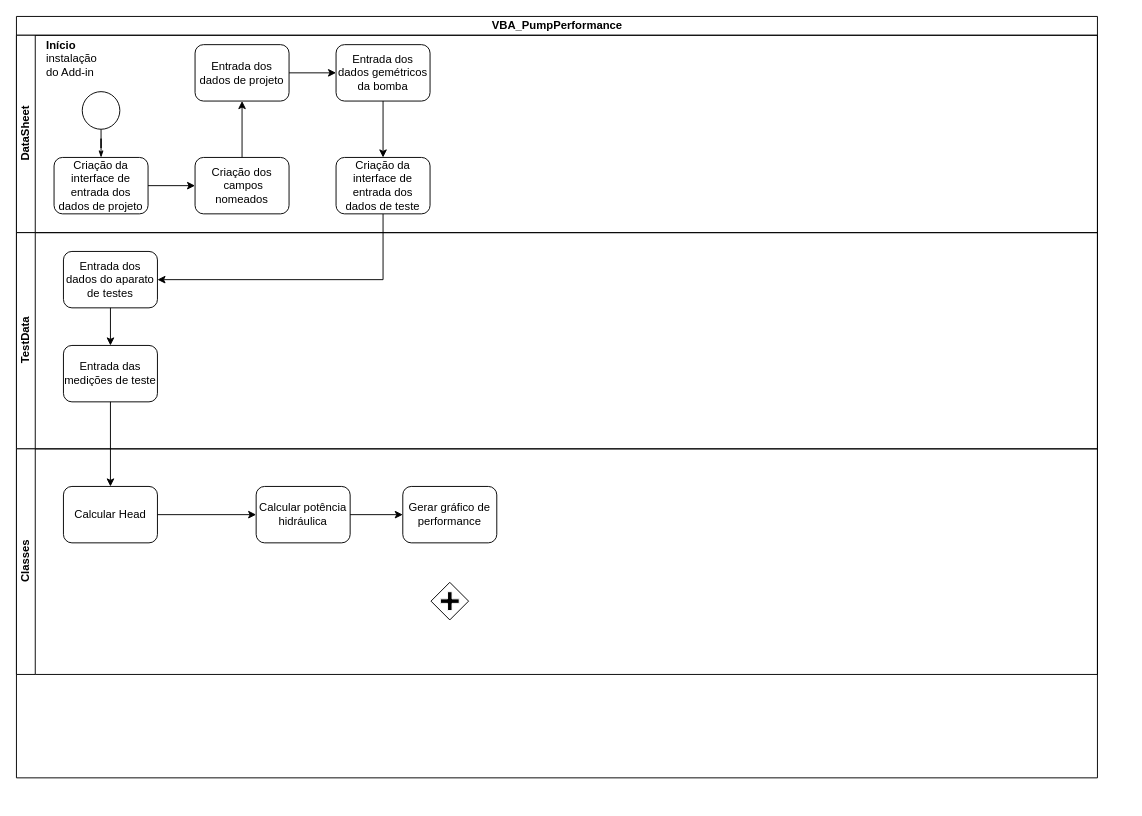
This is Fluxograma de Processo.drawio from eu-cristofer/VBA_PumpPerformance, a draw.io file, before an edit. Source tidied: cells renumbered, new cells numbered last; positions are measured from the earlier drawing's top-left corner, leaving out a move shared by most shapes. Both pictures are drawn from the tidied source at 94%, with x=0, y=0 at pixel (16, 16).
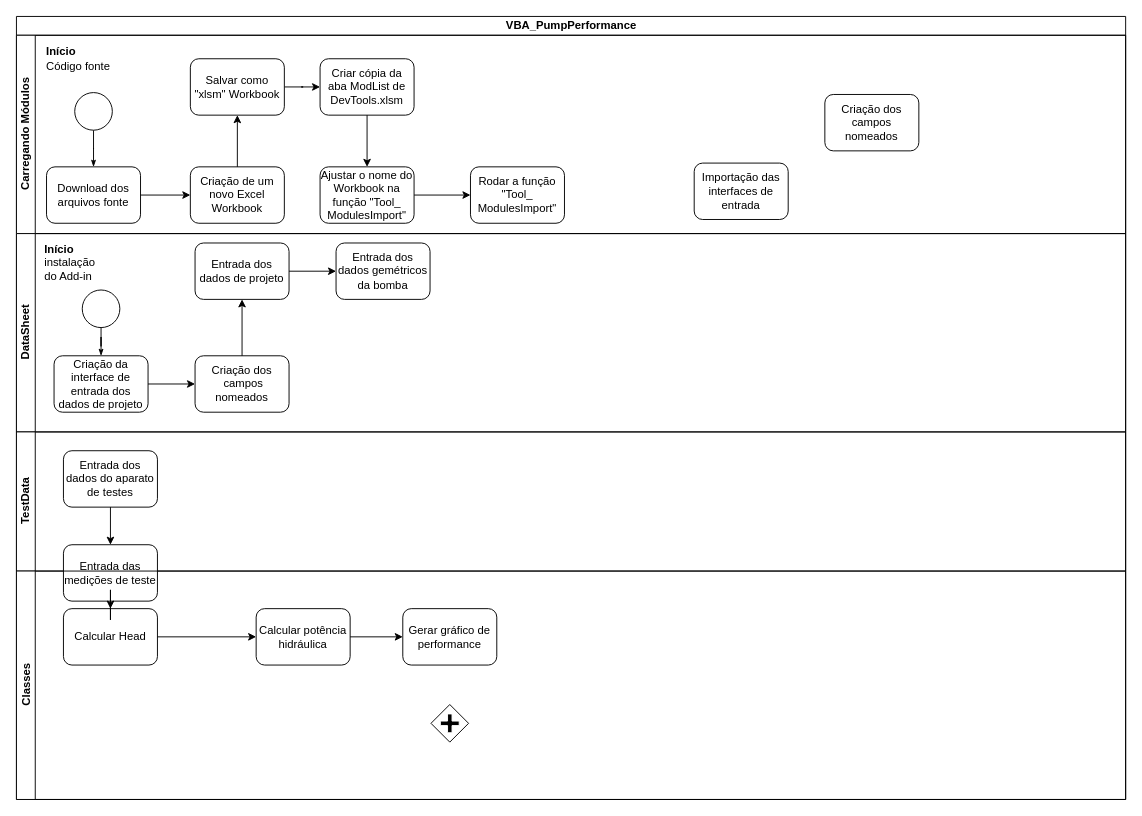
After the change.

Commit message:
Update Fluxograma de Processo

The change refers to these unchanged cells:
```xml
<mxCell id="8" value="Entrada dos dados gemétricos da bomba" style="rounded=1;whiteSpace=wrap;html=1;shadow=0;labelBackgroundColor=none;strokeWidth=1;fontFamily=Helvetica;fontSize=12;align=center;" parent="3" vertex="1">
  <mxGeometry x="340" y="10" width="100" height="60" as="geometry" />
</mxCell>
<mxCell id="16" value="Entrada dos dados do aparato de testes" style="rounded=1;whiteSpace=wrap;html=1;shadow=0;labelBackgroundColor=none;strokeWidth=1;fontFamily=Helvetica;fontSize=12;align=center;" parent="14" vertex="1">
  <mxGeometry x="50" y="20" width="100" height="60" as="geometry" />
</mxCell>
```

Diff of the diagram source:
```diff
@@
     <mxCell id="2" value="VBA_PumpPerformance" style="swimlane;html=1;horizontal=1;startSize=20;rounded=0;shadow=0;labelBackgroundColor=none;strokeWidth=1;fontFamily=Helvetica;fontSize=12;align=center;" parent="1" vertex="1">
-      <mxGeometry width="1150" height="810" as="geometry" />
+      <mxGeometry width="1180" height="833" as="geometry" />
     </mxCell>
+    <mxCell id="29" value="Carregando Módulos" style="swimlane;html=1;startSize=20;horizontal=0;fontFamily=Helvetica;" parent="2" vertex="1">
+      <mxGeometry y="20" width="1180" height="211" as="geometry" />
+    </mxCell>
+    <mxCell id="30" style="edgeStyle=orthogonalEdgeStyle;rounded=0;html=1;labelBackgroundColor=none;startArrow=none;startFill=0;startSize=5;endArrow=classicThin;endFill=1;endSize=5;jettySize=auto;strokeWidth=1;fontFamily=Helvetica;fontSize=12;" parent="29" edge="1" source="31" target="32">
+      <mxGeometry relative="1" as="geometry" />
+    </mxCell>
+    <mxCell id="31" style="ellipse;whiteSpace=wrap;html=1;rounded=0;shadow=0;labelBackgroundColor=none;strokeWidth=1;fontFamily=Helvetica;fontSize=12;align=center;" parent="29" vertex="1">
+      <mxGeometry x="62" y="61" width="40" height="40" as="geometry" />
+    </mxCell>
+    <mxCell id="32" value="Download dos arquivos fonte" style="rounded=1;whiteSpace=wrap;html=1;shadow=0;labelBackgroundColor=none;strokeWidth=1;fontFamily=Helvetica;fontSize=12;align=center;" parent="29" vertex="1">
+      <mxGeometry x="32" y="140" width="100" height="60" as="geometry" />
+    </mxCell>
+    <mxCell id="33" value="&lt;b style=&quot;font-size: 12px&quot;&gt;&lt;font style=&quot;font-size: 12px&quot;&gt;Início&lt;/font&gt;&lt;/b&gt;&lt;br style=&quot;font-size: 12px&quot;&gt;Código fonte" style="text;html=1;strokeColor=none;fillColor=none;align=left;verticalAlign=middle;whiteSpace=wrap;rounded=0;fontFamily=Helvetica;fontSize=12;" parent="29" vertex="1">
+      <mxGeometry x="30" width="120" height="50" as="geometry" />
+    </mxCell>
+    <mxCell id="34" value="Criação dos campos nomeados" style="rounded=1;whiteSpace=wrap;html=1;shadow=0;labelBackgroundColor=none;strokeWidth=1;fontFamily=Helvetica;fontSize=12;align=center;" parent="29" vertex="1">
+      <mxGeometry x="860" y="63" width="100" height="60" as="geometry" />
+    </mxCell>
+    <mxCell id="35" value="Importação das interfaces de entrada" style="rounded=1;whiteSpace=wrap;html=1;shadow=0;labelBackgroundColor=none;strokeWidth=1;fontFamily=Helvetica;fontSize=12;align=center;" parent="29" vertex="1">
+      <mxGeometry x="721" y="136" width="100" height="60" as="geometry" />
+    </mxCell>
+    <mxCell id="36" value="Criação de um novo Excel Workbook" style="rounded=1;whiteSpace=wrap;html=1;shadow=0;labelBackgroundColor=none;strokeWidth=1;fontFamily=Helvetica;fontSize=12;align=center;" parent="29" vertex="1">
+      <mxGeometry x="185" y="140" width="100" height="60" as="geometry" />
+    </mxCell>
+    <mxCell id="37" style="edgeStyle=orthogonalEdgeStyle;rounded=0;jettySize=auto;html=1;fontFamily=Helvetica;fontSize=12;entryX=0;entryY=0.5;entryDx=0;entryDy=0;" parent="29" edge="1" source="32" target="36">
+      <mxGeometry relative="1" as="geometry" />
+    </mxCell>
+    <mxCell id="38" value="Criar cópia da aba&amp;nbsp;ModList de DevTools.xlsm" style="rounded=1;whiteSpace=wrap;html=1;shadow=0;labelBackgroundColor=none;strokeWidth=1;fontFamily=Helvetica;fontSize=12;align=center;" parent="29" vertex="1">
+      <mxGeometry x="323" y="25" width="100" height="60" as="geometry" />
+    </mxCell>
+    <mxCell id="39" value="Rodar a função &quot;Tool_&lt;br&gt;ModulesImport&quot;" style="rounded=1;whiteSpace=wrap;html=1;shadow=0;labelBackgroundColor=none;strokeWidth=1;fontFamily=Helvetica;fontSize=12;align=center;" parent="29" vertex="1">
+      <mxGeometry x="483" y="140" width="100" height="60" as="geometry" />
+    </mxCell>
     <mxCell id="3" value="DataSheet" style="swimlane;html=1;startSize=20;horizontal=0;fontFamily=Helvetica;" parent="2" vertex="1">
-      <mxGeometry y="20" width="1150" height="210" as="geometry" />
+      <mxGeometry y="231" width="1180" height="211" as="geometry" />
     </mxCell>
@@
-    <mxCell id="7" value="&lt;b style=&quot;font-size: 12px;&quot;&gt;&lt;font style=&quot;font-size: 12px;&quot;&gt;Início&lt;/font&gt;&lt;/b&gt;&lt;br style=&quot;font-size: 12px;&quot;&gt;instalação&lt;br style=&quot;font-size: 12px;&quot;&gt;do Add-in" style="text;html=1;strokeColor=none;fillColor=none;align=left;verticalAlign=middle;whiteSpace=wrap;rounded=0;fontFamily=Helvetica;fontSize=12;" parent="3" vertex="1">
-      <mxGeometry x="30" width="120" height="50" as="geometry" />
-    </mxCell>
@@
     <mxCell id="14" value="TestData" style="swimlane;html=1;startSize=20;horizontal=0;fontFamily=Helvetica;" parent="2" vertex="1">
-      <mxGeometry y="230" width="1150" height="230" as="geometry" />
+      <mxGeometry y="442" width="1180" height="148" as="geometry" />
     </mxCell>
@@
     <mxCell id="18" value="Classes" style="swimlane;html=1;startSize=20;horizontal=0;fontFamily=Helvetica;" parent="2" vertex="1">
-      <mxGeometry y="460" width="1150" height="240" as="geometry" />
+      <mxGeometry y="590" width="1180" height="243" as="geometry" />
     </mxCell>
@@
-    <mxCell id="26" style="edgeStyle=orthogonalEdgeStyle;rounded=0;jettySize=auto;html=1;entryX=1;entryY=0.5;entryDx=0;entryDy=0;fontFamily=Helvetica;fontSize=12;" parent="1" edge="1" source="27" target="16">
-      <mxGeometry relative="1" as="geometry">
-        <Array as="points">
-          <mxPoint x="390" y="280" />
-        </Array>
-      </mxGeometry>
-    </mxCell>
-    <mxCell id="27" value="Criação da interface de entrada dos dados de teste" style="rounded=1;whiteSpace=wrap;html=1;shadow=0;labelBackgroundColor=none;strokeWidth=1;fontFamily=Helvetica;fontSize=12;align=center;" parent="1" vertex="1">
-      <mxGeometry x="340" y="150" width="100" height="60" as="geometry" />
-    </mxCell>
-    <mxCell id="28" style="edgeStyle=orthogonalEdgeStyle;rounded=0;jettySize=auto;html=1;fontFamily=Helvetica;fontSize=12;" parent="1" edge="1" source="8" target="27">
-      <mxGeometry relative="1" as="geometry" />
-    </mxCell>
+    <mxCell id="7" value="&lt;b style=&quot;font-size: 12px;&quot;&gt;&lt;font style=&quot;font-size: 12px;&quot;&gt;Início&lt;/font&gt;&lt;/b&gt;&lt;br style=&quot;font-size: 12px;&quot;&gt;instalação&lt;br style=&quot;font-size: 12px;&quot;&gt;do Add-in" style="text;html=1;strokeColor=none;fillColor=none;align=left;verticalAlign=middle;whiteSpace=wrap;rounded=0;fontFamily=Helvetica;fontSize=12;" parent="1" vertex="1">
+      <mxGeometry x="28" y="237" width="120" height="50" as="geometry" />
+    </mxCell>
+    <mxCell id="40" style="edgeStyle=orthogonalEdgeStyle;rounded=0;jettySize=auto;html=1;entryX=0;entryY=0.5;entryDx=0;entryDy=0;" parent="1" edge="1" source="41" target="38">
+      <mxGeometry relative="1" as="geometry" />
+    </mxCell>
+    <mxCell id="41" value="Salvar como &quot;xlsm&quot; Workbook" style="rounded=1;whiteSpace=wrap;html=1;shadow=0;labelBackgroundColor=none;strokeWidth=1;fontFamily=Helvetica;fontSize=12;align=center;" parent="1" vertex="1">
+      <mxGeometry x="185" y="45" width="100" height="60" as="geometry" />
+    </mxCell>
+    <mxCell id="42" style="edgeStyle=orthogonalEdgeStyle;rounded=0;jettySize=auto;html=1;entryX=0.5;entryY=1;entryDx=0;entryDy=0;" parent="1" edge="1" source="36" target="41">
+      <mxGeometry relative="1" as="geometry" />
+    </mxCell>
+    <mxCell id="43" style="edgeStyle=orthogonalEdgeStyle;rounded=0;jettySize=auto;html=1;entryX=0;entryY=0.5;entryDx=0;entryDy=0;" parent="1" edge="1" source="44" target="39">
+      <mxGeometry relative="1" as="geometry" />
+    </mxCell>
+    <mxCell id="44" value="Ajustar o nome do Workbook na função &quot;Tool_&lt;br&gt;ModulesImport&quot;" style="rounded=1;whiteSpace=wrap;html=1;shadow=0;labelBackgroundColor=none;strokeWidth=1;fontFamily=Helvetica;fontSize=12;align=center;" parent="1" vertex="1">
+      <mxGeometry x="323" y="160" width="100" height="60" as="geometry" />
+    </mxCell>
+    <mxCell id="45" style="edgeStyle=orthogonalEdgeStyle;rounded=0;jettySize=auto;html=1;entryX=0.5;entryY=0;entryDx=0;entryDy=0;" parent="1" edge="1" source="38" target="44">
+      <mxGeometry relative="1" as="geometry" />
+    </mxCell>
```
